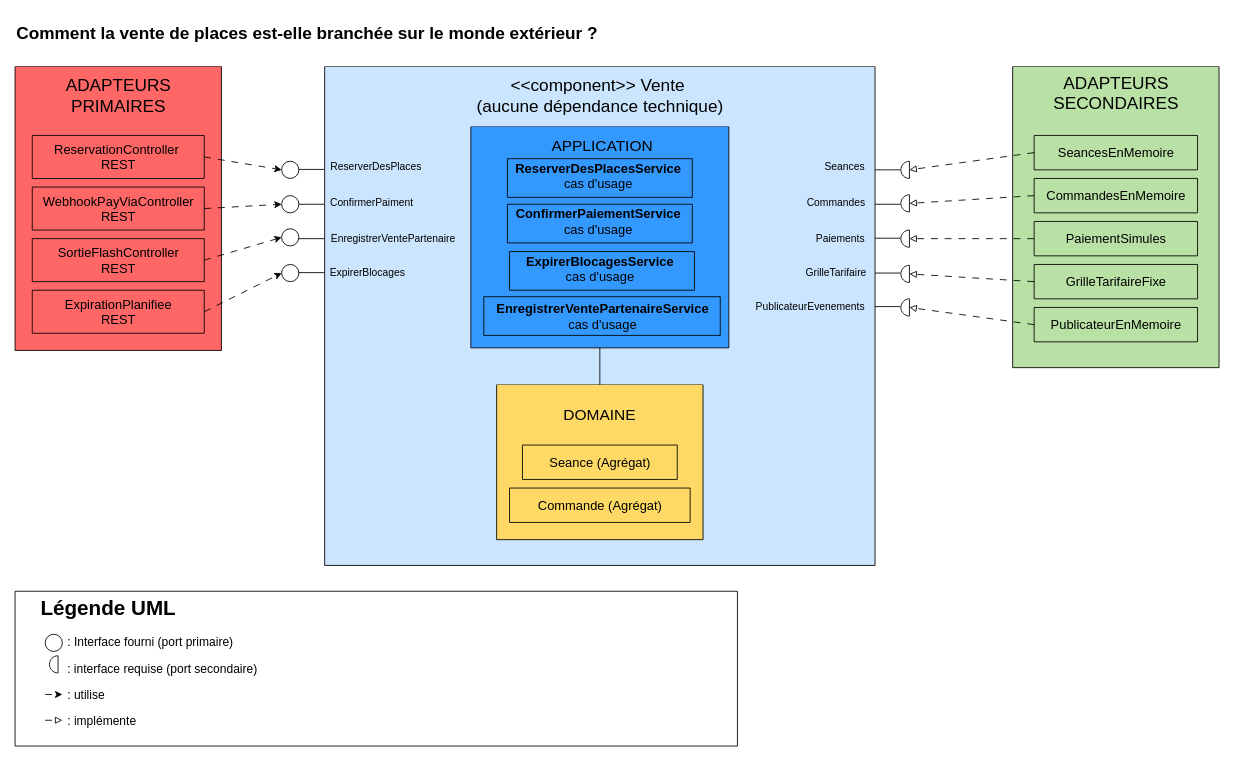
The draw.io diagram docs/diagrammes/3-composants-vente.drawio in Lucie005/ecrans-villeneuve-equipe1, before the edit. Source tidied: cells renumbered, new cells numbered last; positions are measured from the earlier drawing's top-left corner, leaving out a move shared by most shapes. Both pictures are drawn from the tidied source at 86%, with x=0, y=0 at pixel (15, 15).
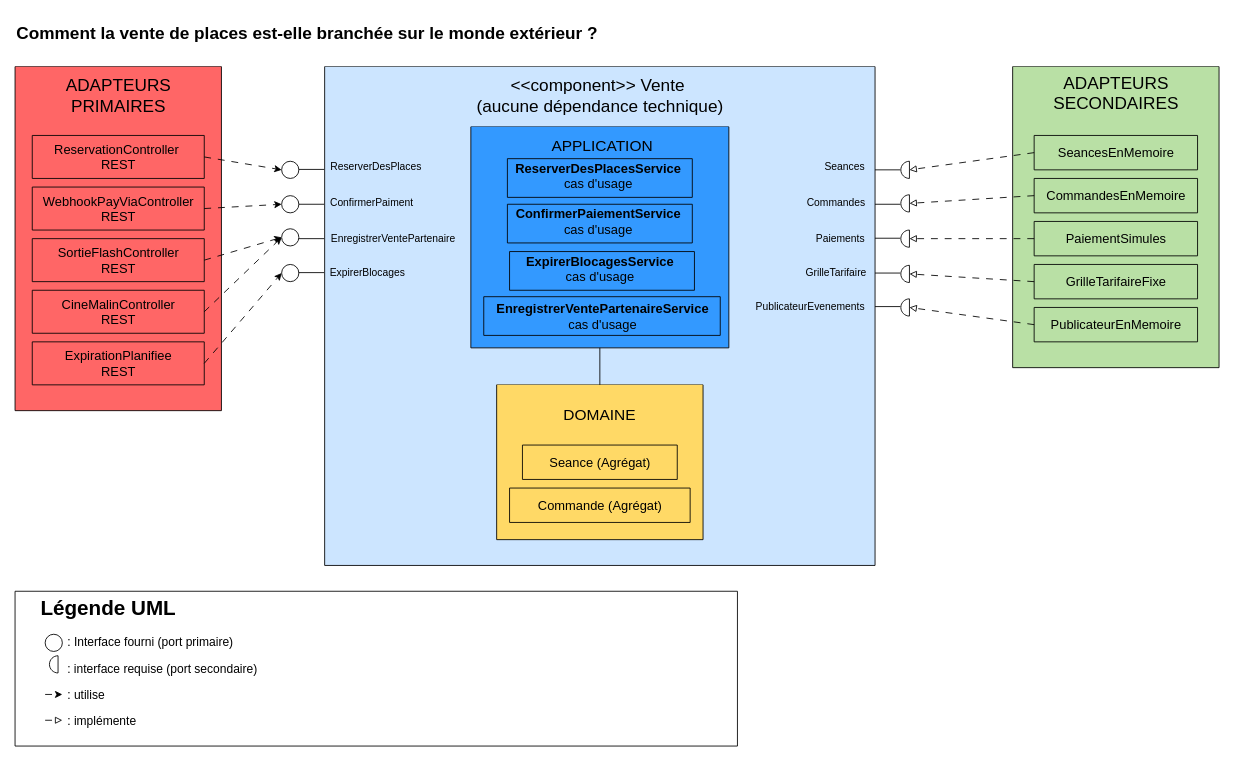
The same diagram, later.

Commit message (it also covers changes not shown here):
Correction diagrammes pt2

Unchanged cells that the change refers to:
```xml
<mxCell id="63" style="ellipse;whiteSpace=wrap;html=1;fillColor=none;" parent="1" vertex="1">
  <mxGeometry x="310" y="248.5" width="20" height="20" as="geometry" />
</mxCell>
```

What changed in the source:
```diff
@@
     <mxCell id="13" style="swimlane;startSize=0;swimlaneFillColor=#FF6666;" parent="1" vertex="1">
-      <mxGeometry y="60" width="240" height="330" as="geometry" />
+      <mxGeometry y="60" width="240" height="400" as="geometry" />
     </mxCell>
@@
     <mxCell id="21" style="swimlane;startSize=0;" parent="13" vertex="1">
-      <mxGeometry x="20" y="260" width="200" height="50" as="geometry" />
+      <mxGeometry x="20" y="320" width="200" height="50" as="geometry" />
     </mxCell>
@@
+    <mxCell id="86" style="swimlane;startSize=0;" parent="13" vertex="1">
+      <mxGeometry x="20" y="260" width="200" height="50" as="geometry" />
+    </mxCell>
+    <mxCell id="87" value="&lt;font style=&quot;font-size: 15px;&quot;&gt;CineMalinController&lt;br style=&quot;border-color: rgb(218, 220, 224);&quot;&gt;&lt;/font&gt;&lt;div style=&quot;border-color: rgb(218, 220, 224); font-size: 15px;&quot;&gt;&lt;font style=&quot;border-color: rgb(218, 220, 224); font-size: 15px;&quot;&gt;REST&lt;/font&gt;&lt;/div&gt;" style="text;html=1;align=center;verticalAlign=middle;strokeColor=none;fillColor=none;" parent="86" vertex="1">
+      <mxGeometry x="20" width="160" height="50" as="geometry" />
+    </mxCell>
@@
+    <mxCell id="88" style="rounded=0;jettySize=auto;html=1;exitX=1;exitY=0.5;exitDx=0;exitDy=0;entryX=0;entryY=0.5;entryDx=0;entryDy=0;dashed=1;dashPattern=8 8;" parent="1" edge="1" source="86" target="63">
+      <mxGeometry relative="1" as="geometry" />
+    </mxCell>
```
